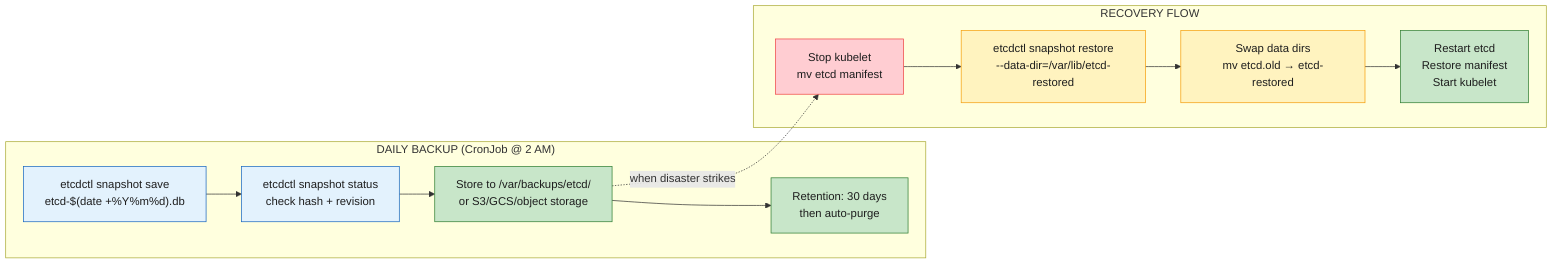
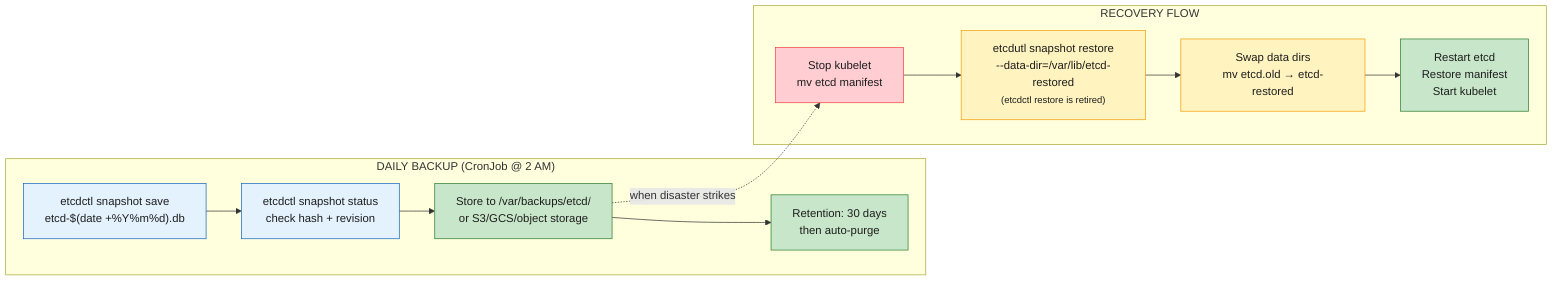
flowchart LR
    subgraph DAILY["DAILY BACKUP (CronJob @ 2 AM)"]
        SNAP["etcdctl snapshot save<br/>etcd-$(date +%Y%m%d).db"]
        VERIFY["etcdctl snapshot status<br/>check hash + revision"]
        STORE["Store to /var/backups/etcd/<br/>or S3/GCS/object storage"]
        RETENTION["Retention: 30 days<br/>then auto-purge"]
    end

    subgraph RECOVERY["RECOVERY FLOW"]
        STOP["Stop kubelet<br/>mv etcd manifest"]
-         RESTORE["etcdctl snapshot restore<br/>--data-dir=/var/lib/etcd-restored"]
+         RESTORE["etcdutl snapshot restore<br/>--data-dir=/var/lib/etcd-restored<br/><small>(etcdctl restore is retired)</small>"]
        SWAP["Swap data dirs<br/>mv etcd.old → etcd-restored"]
        START["Restart etcd<br/>Restore manifest<br/>Start kubelet"]
    end

    SNAP --> VERIFY
    VERIFY --> STORE
    STORE --> RETENTION

    STORE -.->|"when disaster strikes"| STOP
    STOP --> RESTORE
    RESTORE --> SWAP
    SWAP --> START

    style SNAP fill:#e3f2fd,stroke:#1565c0,color:#1e1e1e
    style VERIFY fill:#e3f2fd,stroke:#1565c0,color:#1e1e1e
    style STORE fill:#c8e6c9,stroke:#2e7d32,color:#1e1e1e
    style RETENTION fill:#c8e6c9,stroke:#2e7d32,color:#1e1e1e
    style STOP fill:#ffcdd2,stroke:#ef4444,color:#1e1e1e
    style RESTORE fill:#fff3bf,stroke:#f59e0b,color:#1e1e1e
    style SWAP fill:#fff3bf,stroke:#f59e0b,color:#1e1e1e
    style START fill:#c8e6c9,stroke:#2e7d32,color:#1e1e1e
